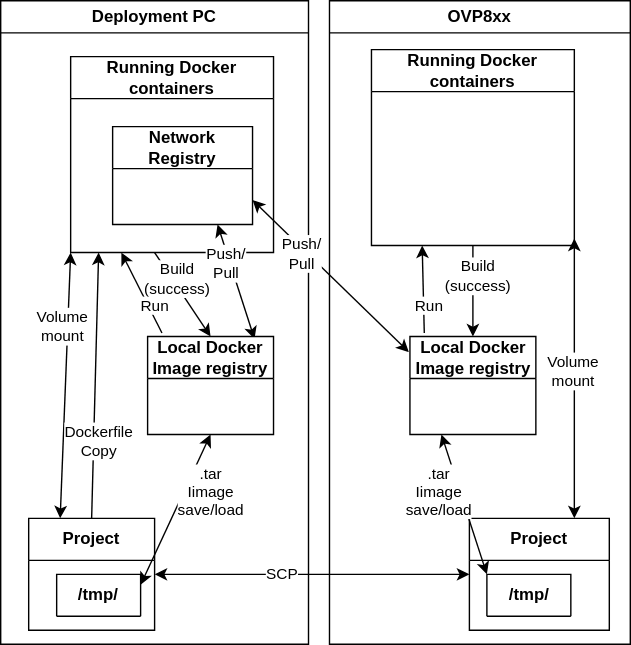
Above: ovp8xx/docker/schematic.drawio.svg in ifm/ifm3d-examples (draw.io), before the change. Source tidied: cells renumbered, new cells last; positions are measured from the earlier drawing's top-left corner, leaving out a move shared by most shapes.
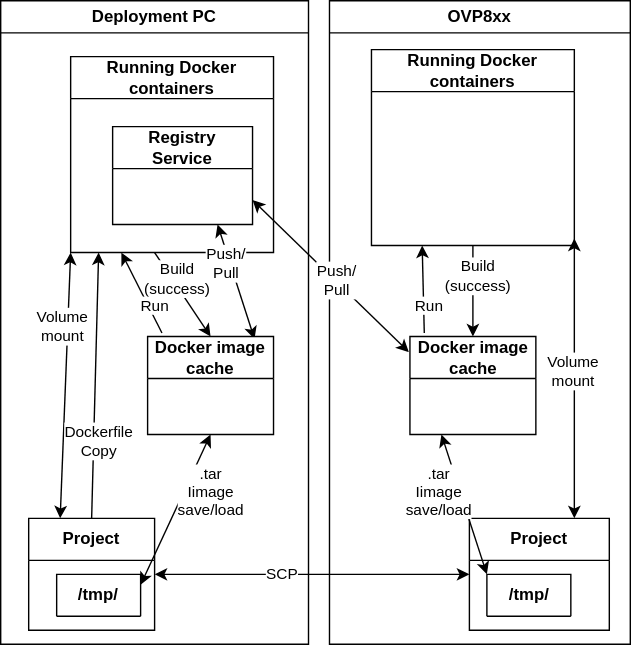
The same diagram one commit later.

Diff of the diagram source:
```diff
@@ -13,7 +13,7 @@
     <mxCell id="4" value="Running Docker containers" style="swimlane;whiteSpace=wrap;html=1;startSize=30;" parent="2" vertex="1">
       <mxGeometry x="50" y="40" width="145" height="140" as="geometry" />
     </mxCell>
-    <mxCell id="5" value="Network&lt;br&gt;Registry" style="swimlane;whiteSpace=wrap;html=1;startSize=30;" parent="4" vertex="1">
+    <mxCell id="5" value="Registry&lt;br&gt;Service" style="swimlane;whiteSpace=wrap;html=1;startSize=30;" parent="4" vertex="1">
       <mxGeometry x="30" y="50" width="100" height="70" as="geometry" />
     </mxCell>
     <mxCell id="6" value="Volume&lt;br&gt;mount" style="edgeStyle=none;html=1;exitX=0.25;exitY=0;exitDx=0;exitDy=0;startArrow=classic;startFill=1;entryX=0;entryY=1;entryDx=0;entryDy=0;" parent="2" edge="1" source="7" target="4">
@@ -31,7 +31,7 @@
     <mxCell id="10" value="Push/&lt;br&gt;Pull" style="edgeStyle=none;html=1;exitX=0.849;exitY=0.026;exitDx=0;exitDy=0;exitPerimeter=0;startArrow=classic;startFill=1;entryX=0.75;entryY=1;entryDx=0;entryDy=0;" parent="2" edge="1" source="11" target="5">
       <mxGeometry x="0.34" y="3" relative="1" as="geometry" />
     </mxCell>
-    <mxCell id="11" value="Local Docker Image registry" style="swimlane;whiteSpace=wrap;html=1;startSize=30;" parent="2" vertex="1">
+    <mxCell id="11" value="Docker image cache" style="swimlane;whiteSpace=wrap;html=1;startSize=30;" parent="2" vertex="1">
       <mxGeometry x="105" y="240" width="90" height="70" as="geometry" />
     </mxCell>
     <mxCell id="12" value=".tar&lt;br&gt;Iimage&lt;br&gt;save/load" style="edgeStyle=none;html=1;entryX=0.5;entryY=1;entryDx=0;entryDy=0;startArrow=classic;startFill=1;exitX=1;exitY=0.25;exitDx=0;exitDy=0;" parent="2" edge="1" source="8" target="11">
@@ -51,7 +51,7 @@
     <mxCell id="16" value="Run" style="edgeStyle=none;html=1;entryX=0.25;entryY=1;entryDx=0;entryDy=0;exitX=0.114;exitY=-0.036;exitDx=0;exitDy=0;exitPerimeter=0;" parent="13" edge="1" source="17" target="15">
       <mxGeometry x="-0.39" y="-4" relative="1" as="geometry" />
     </mxCell>
-    <mxCell id="17" value="Local Docker Image registry" style="swimlane;whiteSpace=wrap;html=1;startSize=30;" parent="13" vertex="1">
+    <mxCell id="17" value="Docker image cache" style="swimlane;whiteSpace=wrap;html=1;startSize=30;" parent="13" vertex="1">
       <mxGeometry x="57.5" y="240" width="90" height="70" as="geometry" />
     </mxCell>
     <mxCell id="18" value="Project" style="swimlane;whiteSpace=wrap;html=1;startSize=30;" parent="13" vertex="1">
@@ -74,7 +74,7 @@
       </mxGeometry>
     </mxCell>
     <mxCell id="23" value="Push/&lt;br&gt;Pull" style="edgeStyle=none;html=1;exitX=-0.009;exitY=0.159;exitDx=0;exitDy=0;exitPerimeter=0;startArrow=classic;startFill=1;entryX=1;entryY=0.75;entryDx=0;entryDy=0;" parent="1" edge="1" source="17" target="5">
-      <mxGeometry x="0.34" y="3" relative="1" as="geometry" />
+      <mxGeometry x="-0.07" y="-1" relative="1" as="geometry" />
     </mxCell>
     <mxCell id="24" value="SCP" style="edgeStyle=none;html=1;entryX=0;entryY=0.5;entryDx=0;entryDy=0;startArrow=classic;startFill=1;" parent="1" edge="1" source="7" target="18">
       <mxGeometry x="-0.19" relative="1" as="geometry" />
```
